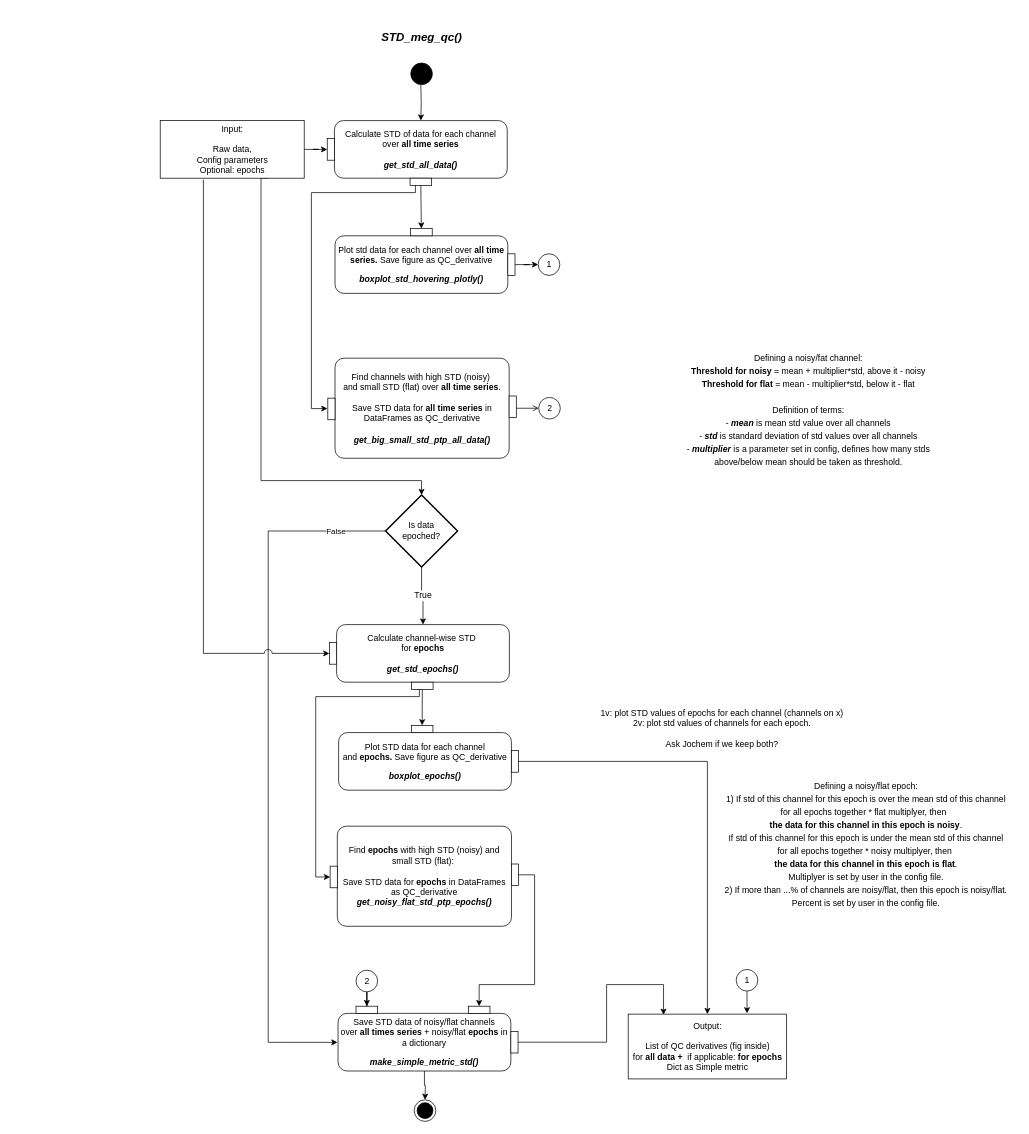
The draw.io diagram docs/diagrams/_STD_UML2.5.drawio in oldgandalf/MEGqcJorge, before the edit. Source tidied: cells renumbered, new cells numbered last; positions are measured from the earlier drawing's top-left corner, leaving out a move shared by most shapes. Both pictures are drawn from the tidied source at 72%, with x=0, y=0 at pixel (12, 12).
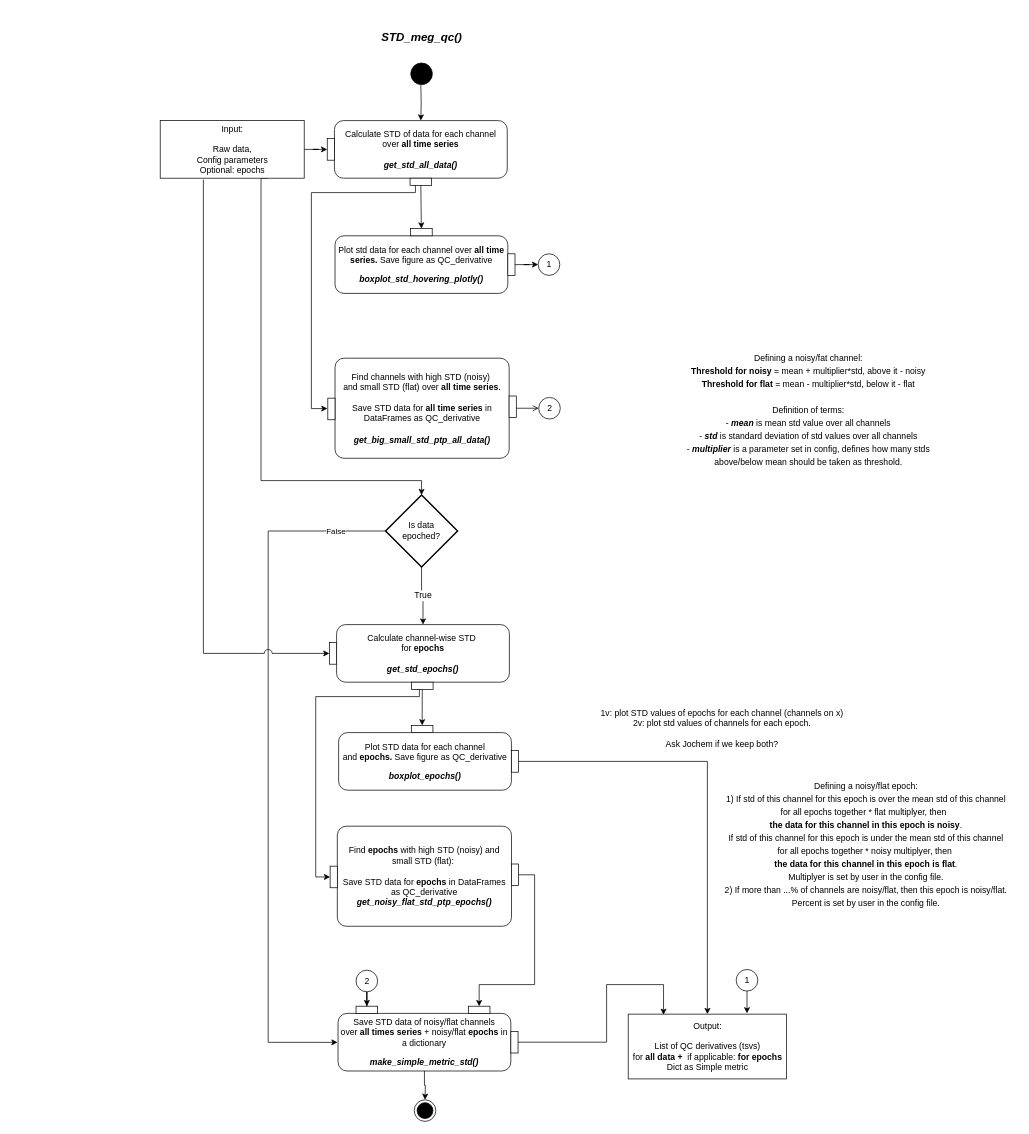
The same diagram, later.

Diff of the diagram source:
```diff
@@
-    <mxCell id="30" value="Output:&lt;br&gt;&lt;br&gt;List of QC derivatives (fig inside) &lt;br&gt;for &lt;b&gt;all data +&amp;nbsp; &lt;/b&gt;if applicable:&lt;b&gt; for epochs&lt;/b&gt;&lt;br&gt;Dict as Simple metric" style="html=1;dashed=0;fontFamily=Helvetica;fontSize=12;fontColor=rgb(0, 0, 0);align=center;strokeColor=rgb(0, 0, 0);fillColor=rgb(255, 255, 255);" parent="1" vertex="1">
+    <mxCell id="30" value="Output:&lt;br&gt;&lt;br&gt;List of QC derivatives (tsvs) &lt;br&gt;for &lt;b&gt;all data +&amp;nbsp; &lt;/b&gt;if applicable:&lt;b&gt; for epochs&lt;/b&gt;&lt;br&gt;Dict as Simple metric" style="html=1;dashed=0;fontFamily=Helvetica;fontSize=12;fontColor=rgb(0, 0, 0);align=center;strokeColor=rgb(0, 0, 0);fillColor=rgb(255, 255, 255);" parent="1" vertex="1">
       <mxGeometry x="855" y="1391" width="220" height="90" as="geometry" />
     </mxCell>
```
